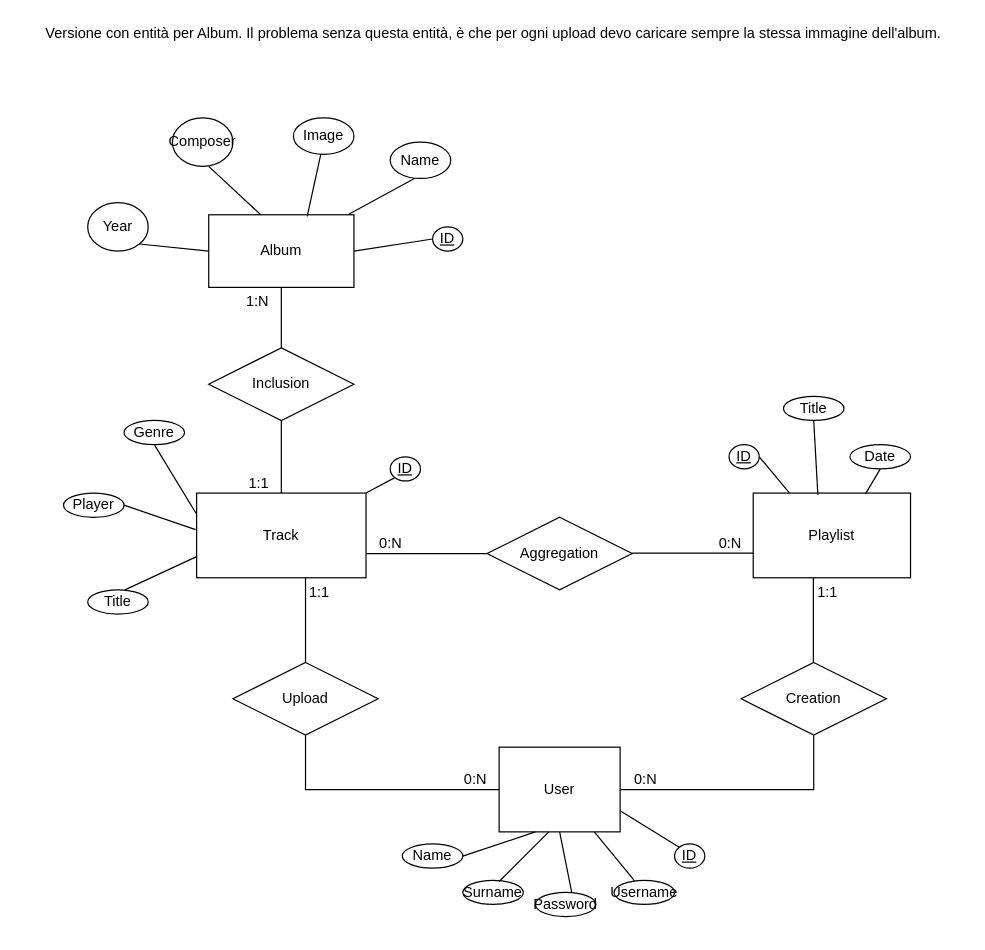
alex-atanassov/TIW2021-Atanassov-Bruno keeps this draw.io diagram as deliverables/ER with Album.drawio. Above is the earlier version. Source tidied: cells renumbered, new cells numbered last; positions are measured from the earlier drawing's top-left corner, leaving out a move shared by most shapes. Both pictures are drawn from the tidied source at 121%, with x=0, y=0 at pixel (21, 21).
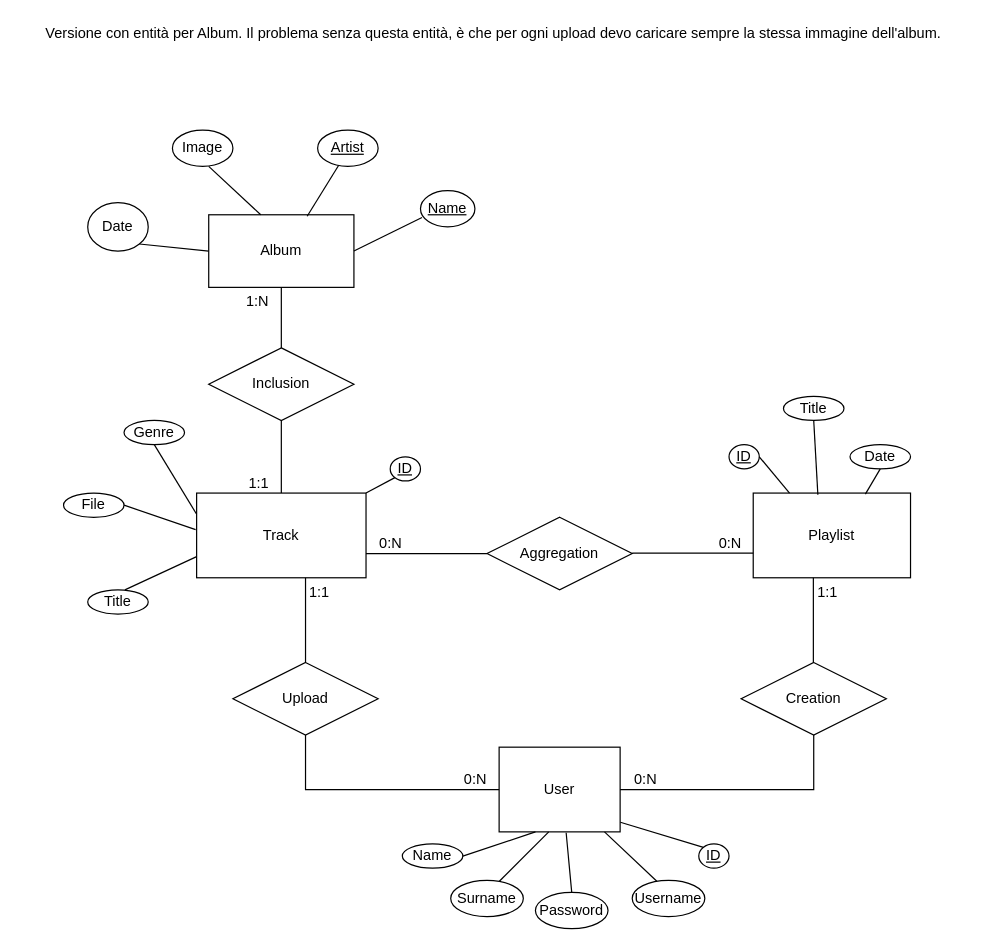
The same page after the edit.

Unchanged cells that the change refers to:
```xml
<mxCell id="4" value="User" style="whiteSpace=wrap;html=1;align=center;" parent="1" vertex="1">
  <mxGeometry x="395" y="600" width="100" height="70" as="geometry" />
</mxCell>
<mxCell id="49" value="&lt;div&gt;Album&lt;/div&gt;" style="rounded=0;whiteSpace=wrap;html=1;" parent="1" vertex="1">
  <mxGeometry x="155" y="160" width="120" height="60" as="geometry" />
</mxCell>
```

The edit, as a diff of the source:
```diff
@@
-    <mxCell id="21" value="Name" style="ellipse;whiteSpace=wrap;html=1;align=center;" parent="1" vertex="1">
-      <mxGeometry x="305" y="100" width="50" height="30" as="geometry" />
-    </mxCell>
     <mxCell id="22" value="Image" style="ellipse;whiteSpace=wrap;html=1;align=center;" parent="1" vertex="1">
-      <mxGeometry x="225" y="80" width="50" height="30" as="geometry" />
+      <mxGeometry x="125" y="90" width="50" height="30" as="geometry" />
     </mxCell>
-    <mxCell id="23" value="Composer" style="ellipse;whiteSpace=wrap;html=1;align=center;" parent="1" vertex="1">
-      <mxGeometry x="125" y="80" width="50" height="40" as="geometry" />
-    </mxCell>
-    <mxCell id="24" value="&lt;div&gt;Year&lt;/div&gt;" style="ellipse;whiteSpace=wrap;html=1;align=center;" parent="1" vertex="1">
+    <mxCell id="24" value="Date" style="ellipse;whiteSpace=wrap;html=1;align=center;" parent="1" vertex="1">
       <mxGeometry x="55" y="150" width="50" height="40" as="geometry" />
     </mxCell>
-    <mxCell id="25" value="Player" style="ellipse;whiteSpace=wrap;html=1;align=center;" parent="1" vertex="1">
+    <mxCell id="25" value="File" style="ellipse;whiteSpace=wrap;html=1;align=center;" parent="1" vertex="1">
       <mxGeometry x="35" y="390" width="50" height="20" as="geometry" />
     </mxCell>
@@
     <mxCell id="29" value="ID" style="ellipse;whiteSpace=wrap;html=1;align=center;fontStyle=4;" parent="1" vertex="1">
-      <mxGeometry x="540" y="680" width="25" height="20" as="geometry" />
+      <mxGeometry x="560" y="680" width="25" height="20" as="geometry" />
     </mxCell>
     <mxCell id="30" value="Username" style="ellipse;whiteSpace=wrap;html=1;align=center;" parent="1" vertex="1">
-      <mxGeometry x="490" y="710" width="50" height="20" as="geometry" />
+      <mxGeometry x="505" y="710" width="60" height="30" as="geometry" />
     </mxCell>
@@
     <mxCell id="32" value="Surname" style="ellipse;whiteSpace=wrap;html=1;align=center;" parent="1" vertex="1">
-      <mxGeometry x="365" y="710" width="50" height="20" as="geometry" />
+      <mxGeometry x="355" y="710" width="60" height="30" as="geometry" />
     </mxCell>
     <mxCell id="33" value="Password" style="ellipse;whiteSpace=wrap;html=1;align=center;" parent="1" vertex="1">
-      <mxGeometry x="425" y="720" width="50" height="20" as="geometry" />
+      <mxGeometry x="425" y="720" width="60" height="30" as="geometry" />
     </mxCell>
@@
-    <mxCell id="46" style="endArrow=none;html=1;exitX=0.6;exitY=0;exitDx=0;exitDy=0;exitPerimeter=0;entryX=0.5;entryY=1;entryDx=0;entryDy=0;" parent="1" edge="1" source="33" target="4">
+    <mxCell id="46" style="endArrow=none;html=1;exitX=0.5;exitY=0;exitDx=0;exitDy=0;entryX=0.554;entryY=1.011;entryDx=0;entryDy=0;entryPerimeter=0;" parent="1" edge="1" source="33" target="4">
       <mxGeometry relative="1" as="geometry" />
     </mxCell>
@@
-    <mxCell id="48" style="endArrow=none;html=1;exitX=0;exitY=0;exitDx=0;exitDy=0;entryX=1;entryY=0.75;entryDx=0;entryDy=0;" parent="1" edge="1" source="29" target="4">
+    <mxCell id="48" style="endArrow=none;html=1;exitX=0;exitY=0;exitDx=0;exitDy=0;entryX=1.002;entryY=0.886;entryDx=0;entryDy=0;entryPerimeter=0;" parent="1" edge="1" source="29" target="4">
       <mxGeometry relative="1" as="geometry" />
     </mxCell>
@@
-    <mxCell id="52" style="endArrow=none;html=1;exitX=0.678;exitY=0.021;exitDx=0;exitDy=0;entryX=1;entryY=1;entryDx=0;entryDy=0;exitPerimeter=0;" parent="1" edge="1" source="49">
-      <mxGeometry relative="1" as="geometry">
-        <mxPoint x="247.6" y="110" as="targetPoint" />
-      </mxGeometry>
+    <mxCell id="52" style="endArrow=none;html=1;exitX=0.678;exitY=0.021;exitDx=0;exitDy=0;exitPerimeter=0;entryX=0.351;entryY=0.961;entryDx=0;entryDy=0;entryPerimeter=0;" parent="1" edge="1" source="49" target="61">
+      <mxGeometry relative="1" as="geometry" />
     </mxCell>
-    <mxCell id="53" style="endArrow=none;html=1;entryX=0.4;entryY=1;entryDx=0;entryDy=0;entryPerimeter=0;" parent="1" edge="1" source="49" target="21">
+    <mxCell id="53" style="endArrow=none;html=1;entryX=0.028;entryY=0.743;entryDx=0;entryDy=0;entryPerimeter=0;exitX=1;exitY=0.5;exitDx=0;exitDy=0;" parent="1" edge="1" source="49" target="21">
       <mxGeometry relative="1" as="geometry" />
     </mxCell>
@@
-    <mxCell id="58" value="ID" style="ellipse;whiteSpace=wrap;html=1;align=center;fontStyle=4;" parent="1" vertex="1">
-      <mxGeometry x="340" y="170" width="25" height="20" as="geometry" />
-    </mxCell>
-    <mxCell id="59" style="endArrow=none;html=1;entryX=1;entryY=1;entryDx=0;entryDy=0;exitX=0;exitY=0.5;exitDx=0;exitDy=0;" parent="1" edge="1" source="58">
-      <mxGeometry relative="1" as="geometry">
-        <mxPoint x="275" y="190" as="targetPoint" />
-      </mxGeometry>
-    </mxCell>
@@
+    <mxCell id="61" value="Artist" style="ellipse;whiteSpace=wrap;html=1;align=center;fontStyle=4;" parent="1" vertex="1">
+      <mxGeometry x="245" y="90" width="50" height="30" as="geometry" />
+    </mxCell>
+    <mxCell id="21" value="Name" style="ellipse;whiteSpace=wrap;html=1;align=center;fontStyle=4;" parent="1" vertex="1">
+      <mxGeometry x="330" y="140" width="45" height="30" as="geometry" />
+    </mxCell>
```
